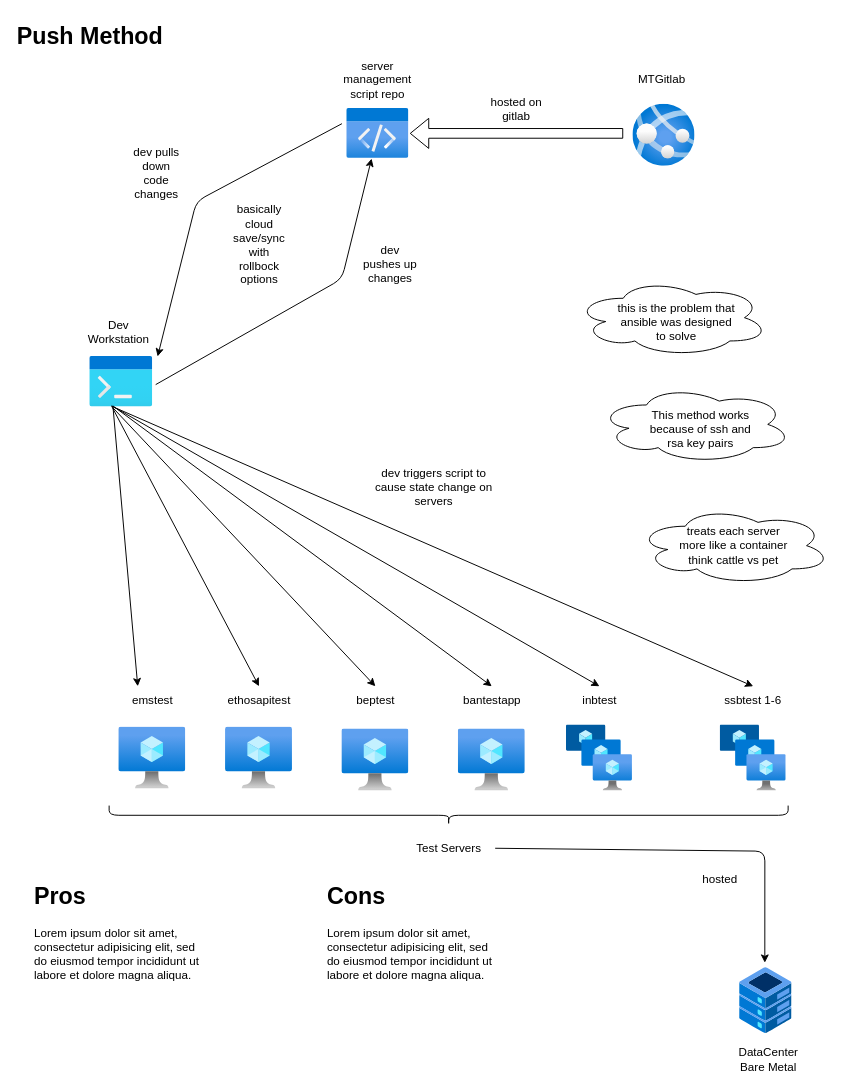
Above: assets/drawio/push_model.drawio in besmith43/tool_docs (draw.io), before the change. Source tidied: cells renumbered, new cells numbered last; positions are measured from the earlier drawing's top-left corner, leaving out a move shared by most shapes. Both pictures are drawn from the tidied source at 97%, with x=0, y=0 at pixel (29, 16).
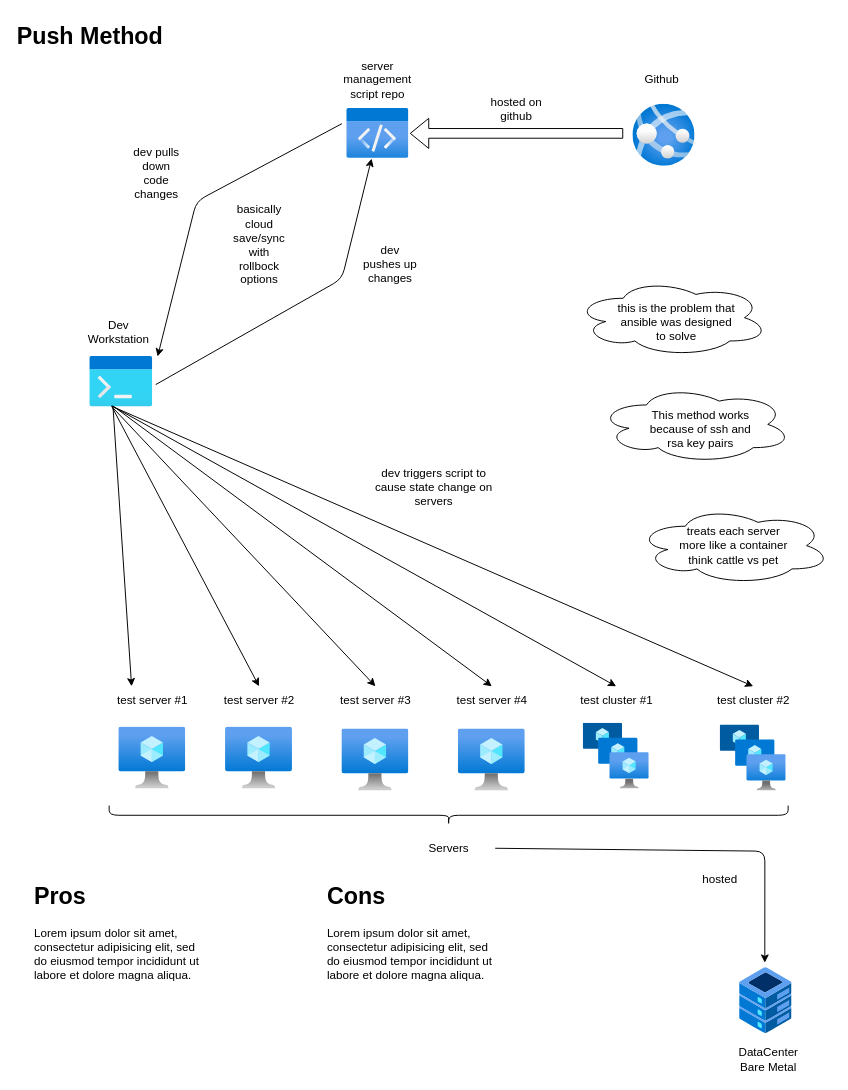
The same diagram, later.

Commit message (it also covers changes not shown here):
generic names

Change to the diagram source:
```diff
@@
-    <mxCell id="4" value="MTGitlab" style="text;html=1;strokeColor=none;fillColor=none;align=center;verticalAlign=middle;whiteSpace=wrap;rounded=0;" parent="1" vertex="1">
+    <mxCell id="4" value="Github" style="text;html=1;strokeColor=none;fillColor=none;align=center;verticalAlign=middle;whiteSpace=wrap;rounded=0;" parent="1" vertex="1">
       <mxGeometry x="622" y="50" width="60" height="30" as="geometry" />
     </mxCell>
@@
-    <mxCell id="12" value="ethosapitest" style="text;html=1;strokeColor=none;fillColor=none;align=center;verticalAlign=middle;whiteSpace=wrap;rounded=0;" parent="1" vertex="1">
-      <mxGeometry x="206.5" y="690" width="60" height="30" as="geometry" />
+    <mxCell id="12" value="test server #2" style="text;html=1;strokeColor=none;fillColor=none;align=center;verticalAlign=middle;whiteSpace=wrap;rounded=0;" parent="1" vertex="1">
+      <mxGeometry x="193.8" y="690" width="85.5" height="30" as="geometry" />
     </mxCell>
-    <mxCell id="13" value="beptest" style="text;html=1;strokeColor=none;fillColor=none;align=center;verticalAlign=middle;whiteSpace=wrap;rounded=0;" parent="1" vertex="1">
-      <mxGeometry x="326.5" y="690" width="60" height="30" as="geometry" />
+    <mxCell id="13" value="test server #3" style="text;html=1;strokeColor=none;fillColor=none;align=center;verticalAlign=middle;whiteSpace=wrap;rounded=0;" parent="1" vertex="1">
+      <mxGeometry x="313.8" y="690" width="85.5" height="30" as="geometry" />
     </mxCell>
-    <mxCell id="14" value="bantestapp" style="text;html=1;strokeColor=none;fillColor=none;align=center;verticalAlign=middle;whiteSpace=wrap;rounded=0;" parent="1" vertex="1">
-      <mxGeometry x="446.5" y="690" width="60" height="30" as="geometry" />
+    <mxCell id="14" value="test server #4" style="text;html=1;strokeColor=none;fillColor=none;align=center;verticalAlign=middle;whiteSpace=wrap;rounded=0;" parent="1" vertex="1">
+      <mxGeometry x="433.8" y="690" width="85.5" height="30" as="geometry" />
     </mxCell>
-    <mxCell id="15" value="inbtest" style="text;html=1;strokeColor=none;fillColor=none;align=center;verticalAlign=middle;whiteSpace=wrap;rounded=0;" parent="1" vertex="1">
-      <mxGeometry x="557.5" y="690" width="60" height="30" as="geometry" />
+    <mxCell id="15" value="test cluster #1" style="text;html=1;strokeColor=none;fillColor=none;align=center;verticalAlign=middle;whiteSpace=wrap;rounded=0;" parent="1" vertex="1">
+      <mxGeometry x="557.5" y="690" width="94.5" height="30" as="geometry" />
     </mxCell>
-    <mxCell id="16" value="ssbtest 1-6" style="text;html=1;strokeColor=none;fillColor=none;align=center;verticalAlign=middle;whiteSpace=wrap;rounded=0;" parent="1" vertex="1">
-      <mxGeometry x="713" y="690" width="66" height="30" as="geometry" />
+    <mxCell id="16" value="test cluster #2" style="text;html=1;strokeColor=none;fillColor=none;align=center;verticalAlign=middle;whiteSpace=wrap;rounded=0;" parent="1" vertex="1">
+      <mxGeometry x="697.5" y="690" width="97" height="30" as="geometry" />
     </mxCell>
@@
-    <mxCell id="18" value="emstest" style="text;html=1;strokeColor=none;fillColor=none;align=center;verticalAlign=middle;whiteSpace=wrap;rounded=0;" parent="1" vertex="1">
-      <mxGeometry x="96.5" y="690" width="60" height="30" as="geometry" />
+    <mxCell id="18" value="test server #1" style="text;html=1;strokeColor=none;fillColor=none;align=center;verticalAlign=middle;whiteSpace=wrap;rounded=0;" parent="1" vertex="1">
+      <mxGeometry x="83.8" y="690" width="85.5" height="30" as="geometry" />
     </mxCell>
     <mxCell id="19" style="html=1;align=center;image;fontSize=12;image=img/lib/azure2/compute/VM_Scale_Sets.svg;" parent="1" vertex="1">
-      <mxGeometry x="553.5" y="730" width="68" height="68" as="geometry" />
+      <mxGeometry x="570.8" y="728" width="68" height="68" as="geometry" />
     </mxCell>
-    <mxCell id="20" value="Test Servers" style="text;html=1;strokeColor=none;fillColor=none;align=center;verticalAlign=middle;whiteSpace=wrap;rounded=0;" parent="1" vertex="1">
+    <mxCell id="20" value="Servers" style="text;html=1;strokeColor=none;fillColor=none;align=center;verticalAlign=middle;whiteSpace=wrap;rounded=0;" parent="1" vertex="1">
       <mxGeometry x="385" y="842" width="95" height="30" as="geometry" />
     </mxCell>
@@
-    <mxCell id="25" value="hosted on gitlab" style="text;html=1;strokeColor=none;fillColor=none;align=center;verticalAlign=middle;whiteSpace=wrap;rounded=0;" parent="1" vertex="1">
+    <mxCell id="25" value="hosted on github" style="text;html=1;strokeColor=none;fillColor=none;align=center;verticalAlign=middle;whiteSpace=wrap;rounded=0;" parent="1" vertex="1">
       <mxGeometry x="472" y="80" width="60" height="30" as="geometry" />
     </mxCell>
```
